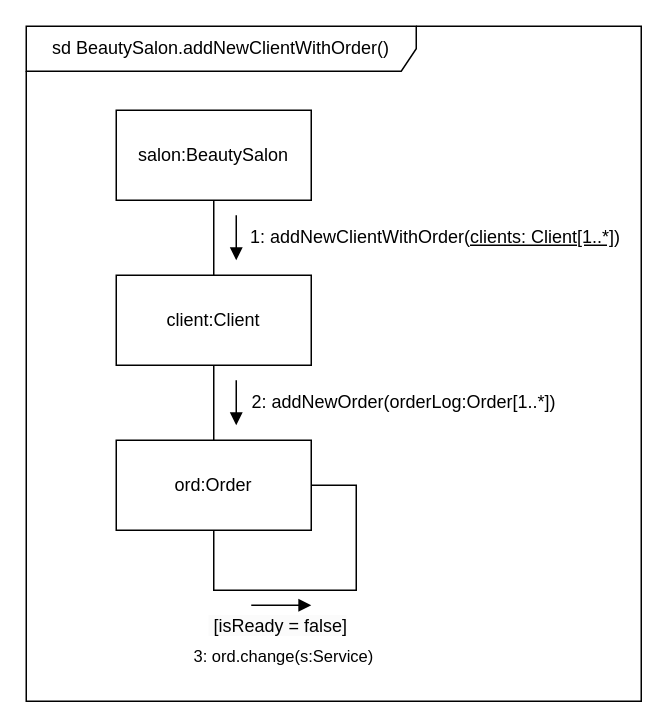
Artvell3000/umlLab2 keeps this draw.io diagram as communicationsUML.drawio. Above is the earlier version. Source tidied: cells renumbered, new cells numbered last; positions are measured from the earlier drawing's top-left corner, leaving out a move shared by most shapes. Both pictures are drawn from the tidied source at 150%, with x=0, y=0 at pixel (26, 26).
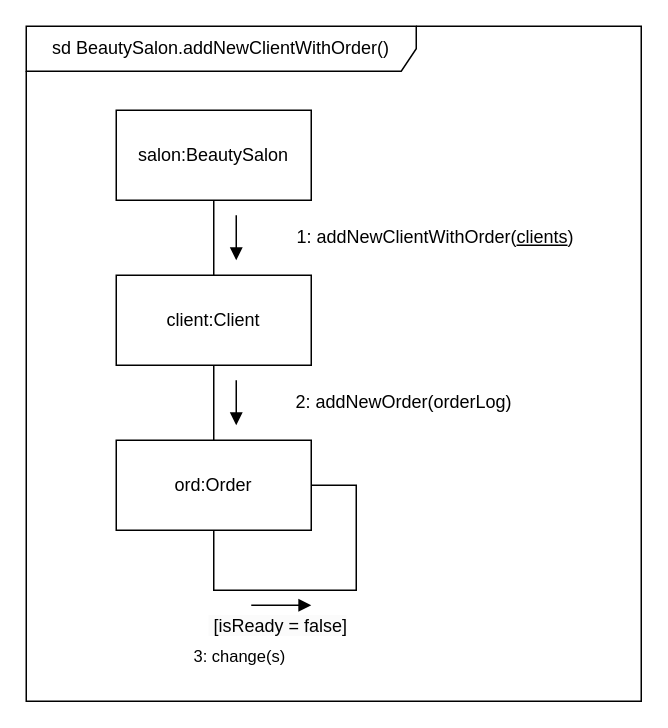
After the change.

What changed in the source:
```diff
@@
-    <mxCell id="9" value="1: addNewClientWithOrder(&lt;u style=&quot;border-color: var(--border-color); text-align: left;&quot;&gt;clients: Client[1..*]&lt;/u&gt;)" style="text;html=1;strokeColor=none;fillColor=none;align=center;verticalAlign=middle;whiteSpace=wrap;rounded=0;" parent="1" vertex="1">
+    <mxCell id="9" value="1: addNewClientWithOrder(&lt;u style=&quot;border-color: var(--border-color); text-align: left;&quot;&gt;clients&lt;/u&gt;)" style="text;html=1;strokeColor=none;fillColor=none;align=center;verticalAlign=middle;whiteSpace=wrap;rounded=0;" parent="1" vertex="1">
       <mxGeometry x="146" y="126" width="254" height="30" as="geometry" />
     </mxCell>
-    <mxCell id="10" value="2: addNewOrder(orderLog:Order[1..*])&lt;br&gt;" style="text;html=1;strokeColor=none;fillColor=none;align=center;verticalAlign=middle;whiteSpace=wrap;rounded=0;" parent="1" vertex="1">
+    <mxCell id="10" value="2: addNewOrder(orderLog)" style="text;html=1;strokeColor=none;fillColor=none;align=center;verticalAlign=middle;whiteSpace=wrap;rounded=0;" parent="1" vertex="1">
       <mxGeometry x="110" y="236" width="284" height="30" as="geometry" />
     </mxCell>
@@
-    <mxCell id="14" value="&lt;span style=&quot;color: rgb(0, 0, 0); font-family: Helvetica; font-size: 11px; font-style: normal; font-variant-ligatures: normal; font-variant-caps: normal; font-weight: 400; letter-spacing: normal; orphans: 2; text-align: left; text-indent: 0px; text-transform: none; widows: 2; word-spacing: 0px; -webkit-text-stroke-width: 0px; background-color: rgb(255, 255, 255); text-decoration-thickness: initial; text-decoration-style: initial; text-decoration-color: initial; float: none; display: inline !important;&quot;&gt;3: ord.change(s:Service)&lt;/span&gt;" style="text;whiteSpace=wrap;html=1;" parent="1" vertex="1">
+    <mxCell id="14" value="&lt;span style=&quot;color: rgb(0, 0, 0); font-family: Helvetica; font-size: 11px; font-style: normal; font-variant-ligatures: normal; font-variant-caps: normal; font-weight: 400; letter-spacing: normal; orphans: 2; text-align: left; text-indent: 0px; text-transform: none; widows: 2; word-spacing: 0px; -webkit-text-stroke-width: 0px; background-color: rgb(255, 255, 255); text-decoration-thickness: initial; text-decoration-style: initial; text-decoration-color: initial; float: none; display: inline !important;&quot;&gt;3: change(s)&lt;/span&gt;" style="text;whiteSpace=wrap;html=1;" parent="1" vertex="1">
       <mxGeometry x="110" y="406" width="150" height="40" as="geometry" />
     </mxCell>
```
